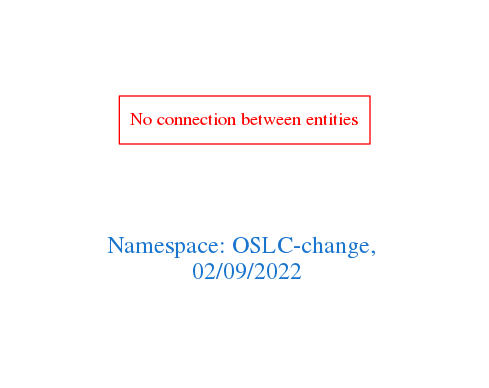
Earlier version of the Graphviz export downloads/OSLC-change.png (arago/OGIT). Its source is kept beside it as downloads/OSLC-change.dot.
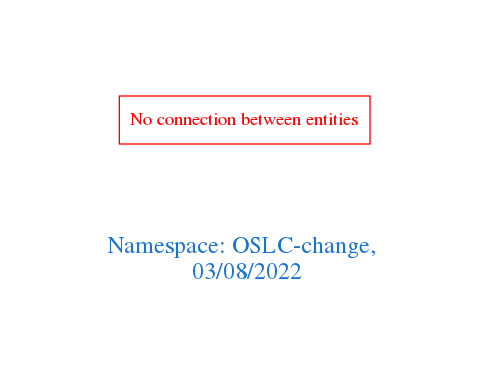
Above is the later version.

Change to the diagram source:
```diff
@@ -1,7 +1,7 @@
 digraph OGIT_ontology {
  graph [ rankdir= LR,pad=1
 fontsize = 18,
-fontcolor= dodgerblue3,label = "\n\n\nNamespace: OSLC-change, \n 02/09/2022"];
+fontcolor= dodgerblue3,label = "\n\n\nNamespace: OSLC-change, \n 03/08/2022"];
 node[shape=polygon];
 edge [  color="gray81"];
 
```
